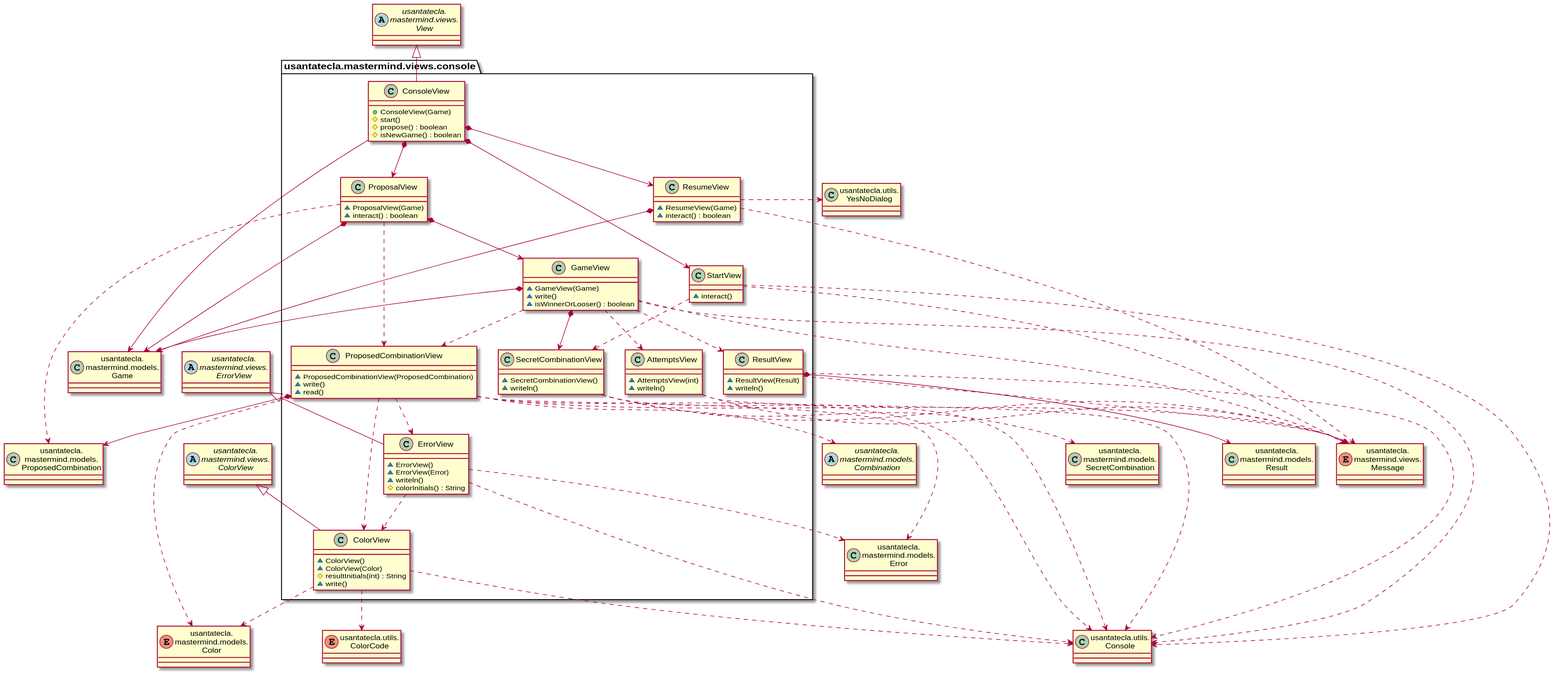
SantaTecla-mastermind/solution.java.swing.socket.sql keeps this PlantUML diagram as documentView/withoutFactoryMethod/docs/diagrams/out/paquetes/usantatecla.mastermind.views.console.svg. Above is the earlier version.
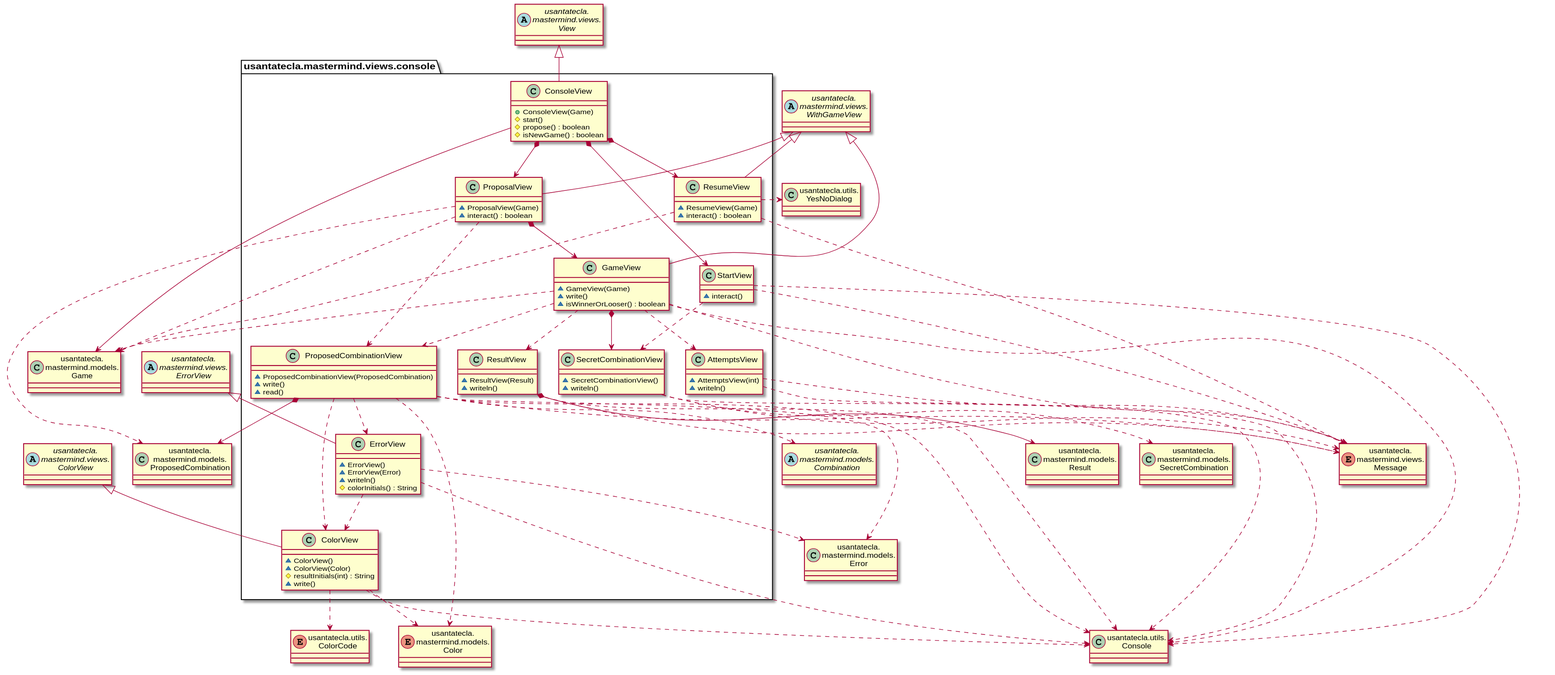
Above is the later version.

What changed in the source:
```diff
@@ -6,6 +6,7 @@
 abstract class Combination as "usantatecla.\nmastermind.models.\nCombination"
 class ProposedCombination as "usantatecla.\nmastermind.models.\nProposedCombination"
 class SecretCombination as "usantatecla.\nmastermind.models.\nSecretCombination"
+abstract class WithGameView as "usantatecla.\nmastermind.views.\nWithGameView"
 abstract class View as "usantatecla.\nmastermind.views.\nView"
 abstract class ColorView as "usantatecla.\nmastermind.views.\nColorView"
 abstract class ErrorView as "usantatecla.\nmastermind.views.\nErrorView"
@@ -30,7 +31,8 @@
     ~ ResumeView(Game)
     ~ interact() : boolean
 }
-usantatecla.mastermind.views.console.ResumeView *-down-> Game
+usantatecla.mastermind.views.console.ResumeView -up-|> WithGameView
+usantatecla.mastermind.views.console.ResumeView .down.> Game
 usantatecla.mastermind.views.console.ResumeView ..> Message
 usantatecla.mastermind.views.console.ResumeView .> YesNoDialog
 
@@ -46,7 +48,8 @@
     ~ write()
     ~ isWinnerOrLooser() : boolean
 }
-usantatecla.mastermind.views.console.GameView *-down-> Game
+usantatecla.mastermind.views.console.GameView -up-|> WithGameView
+usantatecla.mastermind.views.console.GameView .down.> Game
 usantatecla.mastermind.views.console.GameView *-down-> usantatecla.mastermind.views.console.SecretCombinationView
 usantatecla.mastermind.views.console.GameView ..> usantatecla.mastermind.views.console.AttemptsView
 usantatecla.mastermind.views.console.GameView ..> usantatecla.mastermind.views.console.ResultView
@@ -57,9 +60,9 @@
 class usantatecla.mastermind.views.console.ProposalView {
     ~ ProposalView(Game)
     ~ interact() : boolean
-
 }
-usantatecla.mastermind.views.console.ProposalView *-down-> Game
+usantatecla.mastermind.views.console.ProposalView -up-|> WithGameView
+usantatecla.mastermind.views.console.ProposalView .down.> Game
 usantatecla.mastermind.views.console.ProposalView *-down-> usantatecla.mastermind.views.console.GameView
 usantatecla.mastermind.views.console.ProposalView ..> ProposedCombination
 usantatecla.mastermind.views.console.ProposalView ..> usantatecla.mastermind.views.console.ProposedCombinationView
```
